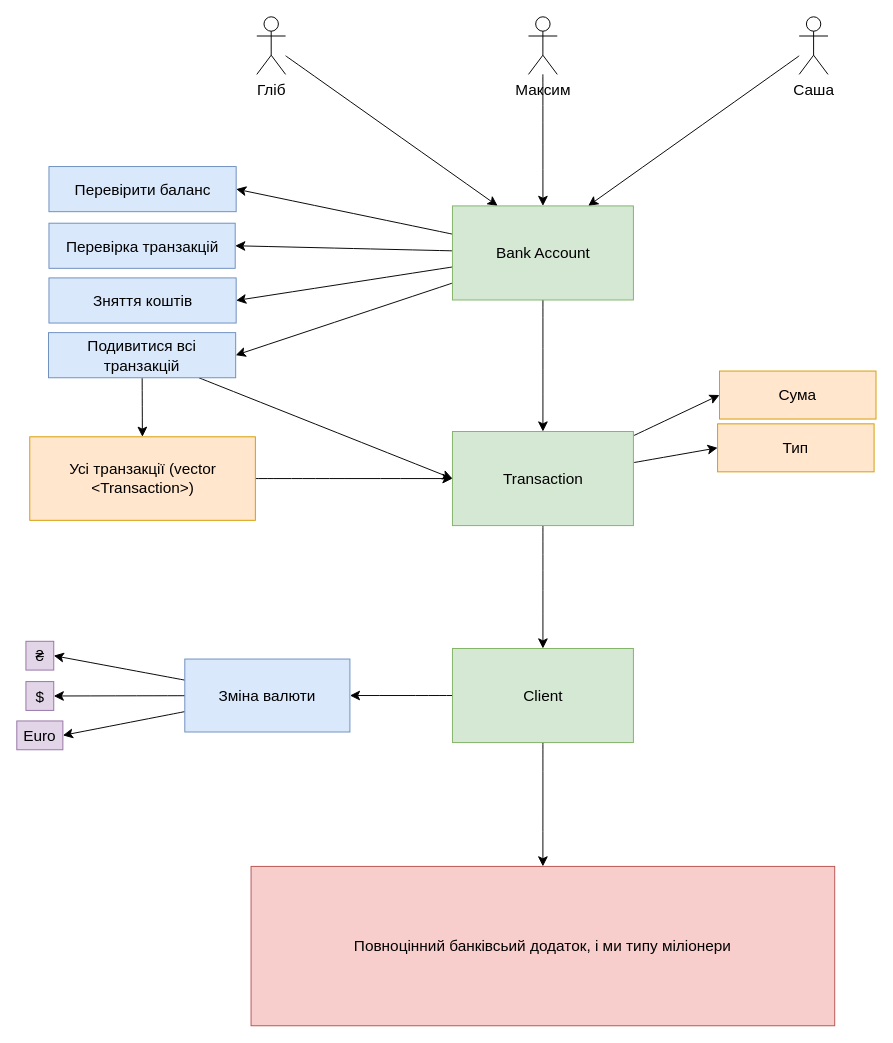
The draw.io diagram Plan For Bank App.drawio in MaxDubinsky/Bank-App, before the edit. Source tidied: cells renumbered, new cells numbered last; positions are measured from the earlier drawing's top-left corner, leaving out a move shared by most shapes. Both pictures are drawn from the tidied source at 96%, with x=0, y=0 at pixel (16, 16).
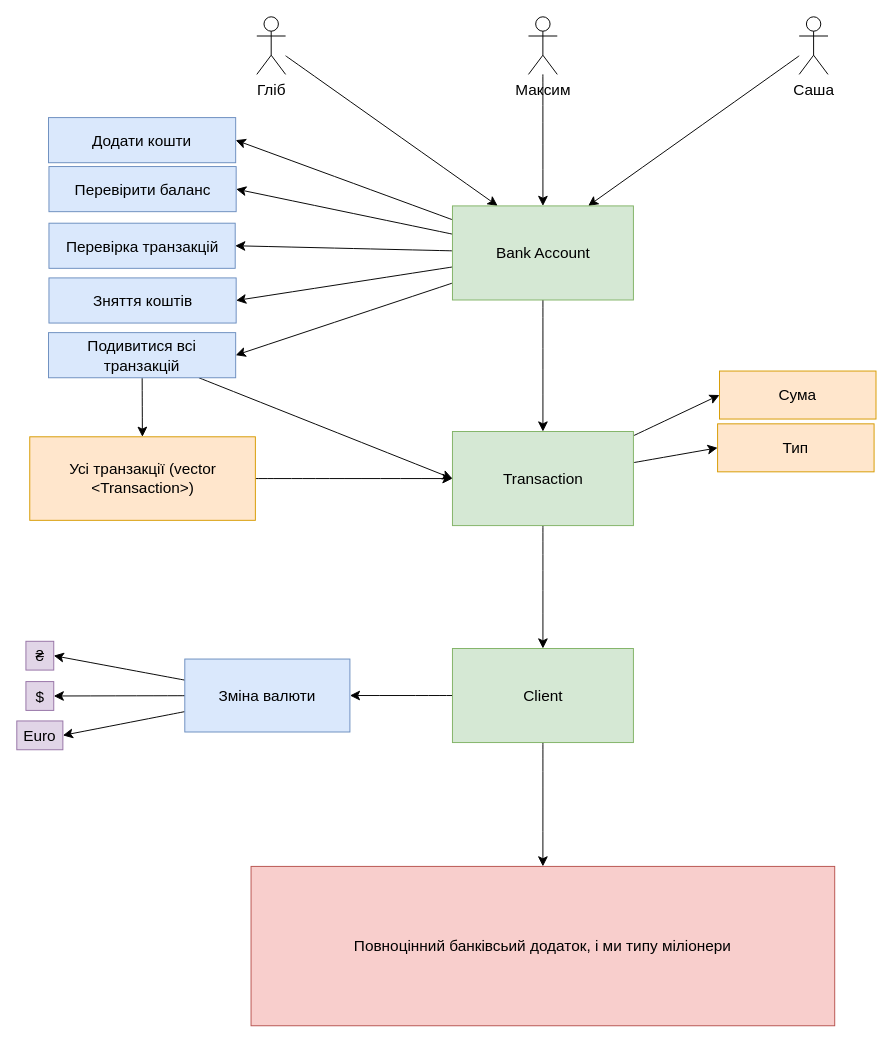
After the change.

Unchanged cells that the change refers to:
```xml
<mxCell id="14" value="Bank Account" style="rounded=0;whiteSpace=wrap;html=1;fontSize=16;fillColor=#d5e8d4;strokeColor=#82b366;" parent="1" vertex="1">
  <mxGeometry x="453.8" y="197" width="188.5" height="98" as="geometry" />
</mxCell>
```

What changed in the source:
```diff
@@
+    <mxCell id="40" style="edgeStyle=none;curved=1;rounded=0;jettySize=auto;html=1;entryX=1;entryY=0.5;entryDx=0;entryDy=0;fontSize=12;startSize=8;endSize=8;" parent="1" edge="1" source="14" target="41">
+      <mxGeometry relative="1" as="geometry" />
+    </mxCell>
@@
+    <mxCell id="41" value="Додати кошти" style="rounded=0;whiteSpace=wrap;html=1;fontSize=16;fillColor=#dae8fc;strokeColor=#6c8ebf;" parent="1" vertex="1">
+      <mxGeometry x="33" y="105" width="195" height="47" as="geometry" />
+    </mxCell>
```
